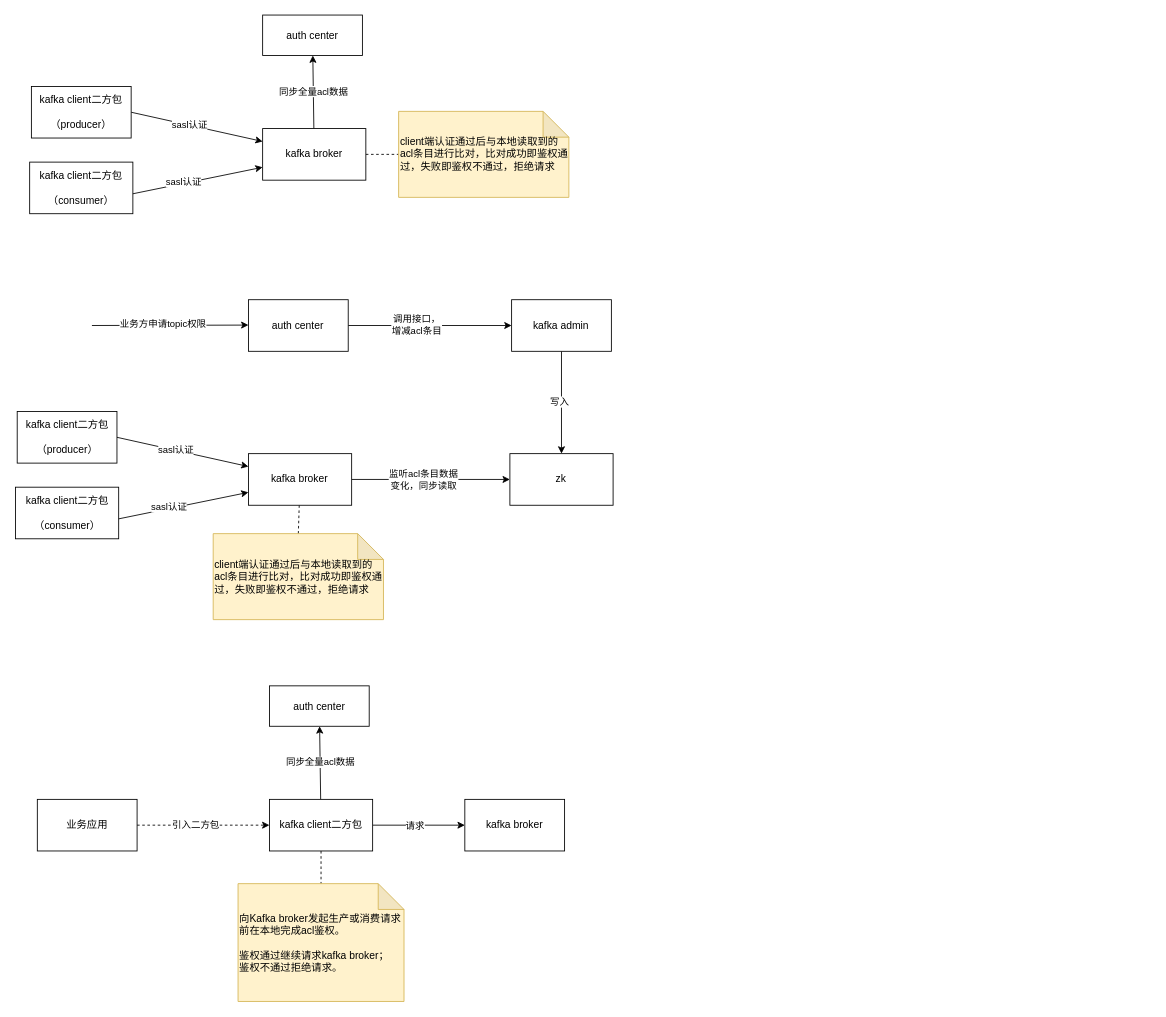
Earlier version of the draw.io diagram kafka接入鉴权中心.drawio (gitcodeporter/draw-uml). Source tidied: cells renumbered, new cells numbered last; positions are measured from the earlier drawing's top-left corner, leaving out a move shared by most shapes. Both pictures are drawn from the tidied source at 86%, with x=0, y=0 at pixel (15, 15).
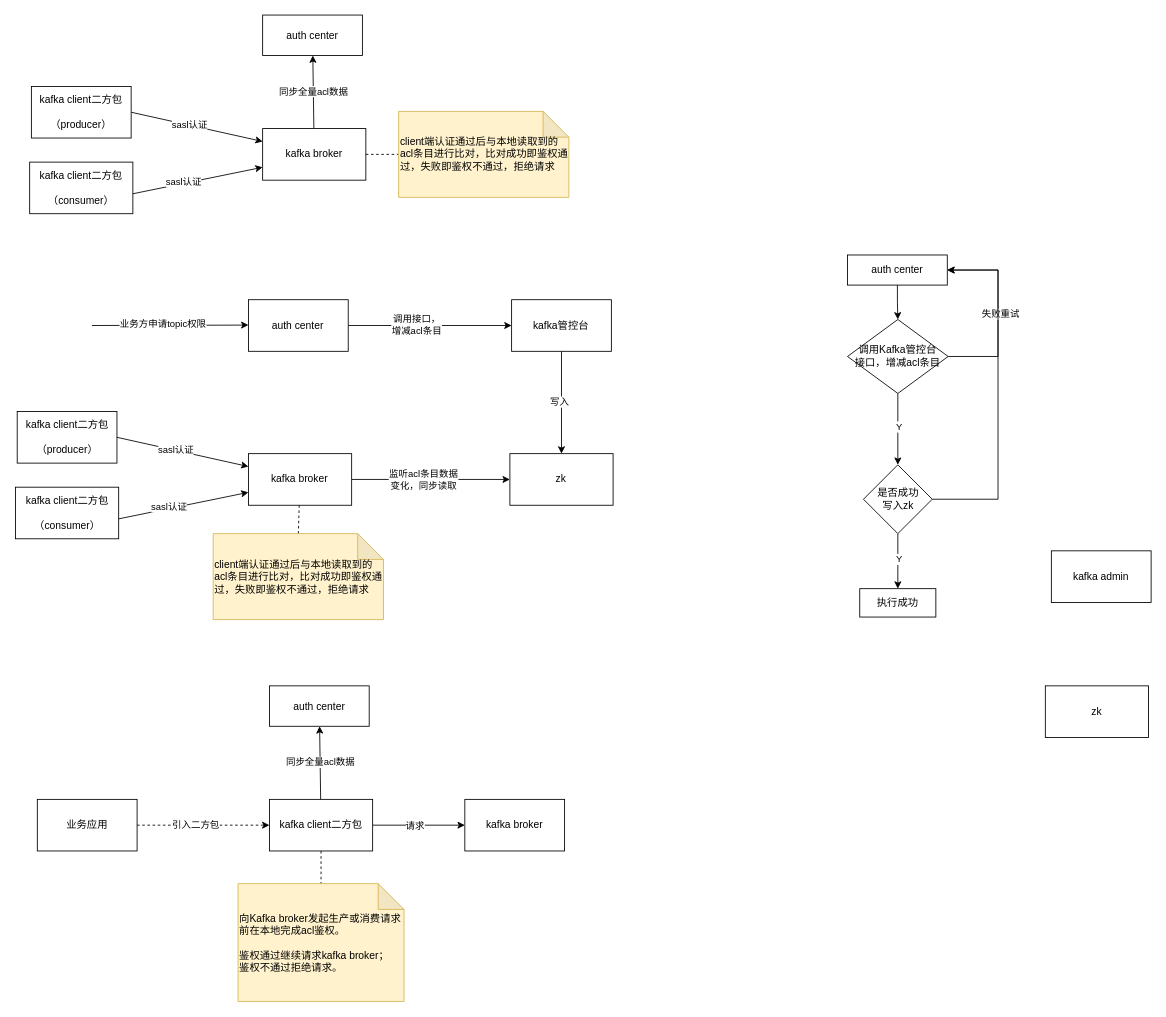
Above is the later version.

Commit message:
更新kafka接入鉴权中心.drawio

What changed in the source:
```diff
@@
-    <mxCell id="29" value="kafka admin" style="rounded=0;whiteSpace=wrap;html=1;" parent="1" vertex="1">
+    <mxCell id="29" value="kafka管控台" style="rounded=0;whiteSpace=wrap;html=1;" parent="1" vertex="1">
       <mxGeometry x="577.4" y="331" width="116" height="60" as="geometry" />
     </mxCell>
@@
+    <mxCell id="44" style="edgeStyle=orthogonalEdgeStyle;rounded=0;jettySize=auto;html=1;" parent="1" edge="1" source="45" target="52">
+      <mxGeometry relative="1" as="geometry" />
+    </mxCell>
+    <mxCell id="45" value="auth center" style="rounded=0;whiteSpace=wrap;html=1;" parent="1" vertex="1">
+      <mxGeometry x="968" y="279" width="116" height="35" as="geometry" />
+    </mxCell>
+    <mxCell id="46" value="kafka admin" style="rounded=0;whiteSpace=wrap;html=1;" parent="1" vertex="1">
+      <mxGeometry x="1205" y="623" width="116" height="60" as="geometry" />
+    </mxCell>
+    <mxCell id="47" value="zk" style="rounded=0;whiteSpace=wrap;html=1;" parent="1" vertex="1">
+      <mxGeometry x="1198" y="780" width="120" height="60" as="geometry" />
+    </mxCell>
+    <mxCell id="48" style="edgeStyle=orthogonalEdgeStyle;rounded=0;jettySize=auto;html=1;entryX=1;entryY=0.5;entryDx=0;entryDy=0;exitX=1;exitY=0.5;exitDx=0;exitDy=0;" parent="1" edge="1" source="52" target="45">
+      <mxGeometry relative="1" as="geometry">
+        <Array as="points">
+          <mxPoint x="1143" y="397" />
+          <mxPoint x="1143" y="297" />
+        </Array>
+      </mxGeometry>
+    </mxCell>
+    <mxCell id="49" value="失败重试" style="edgeLabel;html=1;align=center;verticalAlign=middle;" parent="48" vertex="1">
+      <mxGeometry x="-0.01" y="-2" relative="1" as="geometry" />
+    </mxCell>
+    <mxCell id="50" style="edgeStyle=orthogonalEdgeStyle;rounded=0;jettySize=auto;html=1;" parent="1" edge="1" source="52" target="56">
+      <mxGeometry relative="1" as="geometry" />
+    </mxCell>
+    <mxCell id="51" value="Y" style="edgeLabel;html=1;align=center;verticalAlign=middle;" parent="50" vertex="1">
+      <mxGeometry x="-0.08" y="1" relative="1" as="geometry" />
+    </mxCell>
+    <mxCell id="52" value="调用Kafka管控台&lt;br&gt;接口，增减acl条目" style="rhombus;whiteSpace=wrap;html=1;rounded=0;" parent="1" vertex="1">
+      <mxGeometry x="968" y="354" width="117" height="86" as="geometry" />
+    </mxCell>
+    <mxCell id="53" style="edgeStyle=orthogonalEdgeStyle;rounded=0;jettySize=auto;html=1;" parent="1" edge="1" source="56" target="57">
+      <mxGeometry relative="1" as="geometry" />
+    </mxCell>
+    <mxCell id="54" value="Y" style="edgeLabel;html=1;align=center;verticalAlign=middle;" parent="53" vertex="1">
+      <mxGeometry x="-0.08" y="1" relative="1" as="geometry" />
+    </mxCell>
+    <mxCell id="55" style="edgeStyle=orthogonalEdgeStyle;rounded=0;jettySize=auto;html=1;entryX=1;entryY=0.5;entryDx=0;entryDy=0;exitX=1;exitY=0.5;exitDx=0;exitDy=0;" parent="1" edge="1" source="56" target="45">
+      <mxGeometry relative="1" as="geometry">
+        <Array as="points">
+          <mxPoint x="1143" y="563" />
+          <mxPoint x="1143" y="297" />
+        </Array>
+      </mxGeometry>
+    </mxCell>
+    <mxCell id="56" value="是否成功&lt;br&gt;写入zk" style="rhombus;whiteSpace=wrap;html=1;rounded=0;" parent="1" vertex="1">
+      <mxGeometry x="986.5" y="523" width="80" height="80" as="geometry" />
+    </mxCell>
+    <mxCell id="57" value="执行成功" style="whiteSpace=wrap;html=1;rounded=0;" parent="1" vertex="1">
+      <mxGeometry x="982.2" y="667" width="88.5" height="33" as="geometry" />
+    </mxCell>
```
